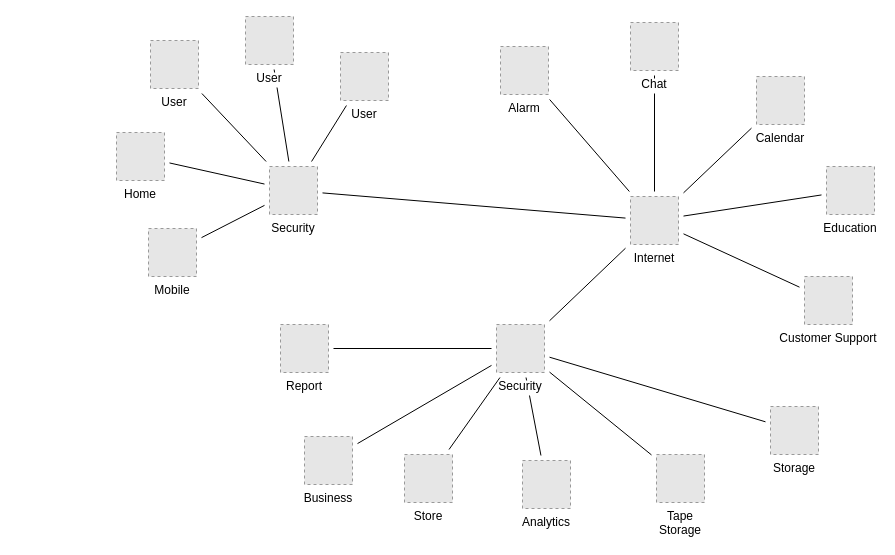
The draw.io diagram page "Page-1" (1 of 2) of Task1/Untitled Diagram.drawio in evsi92/architecture-standart, before the edit. Source tidied: cells renumbered, new cells numbered last; positions are measured from the earlier drawing's top-left corner, leaving out a move shared by most shapes. Both pictures are drawn from the tidied source at 100%, with x=0, y=0 at pixel (116, 16). Pictures stored in the file or linked from it are replaced by grey dashed boxes.
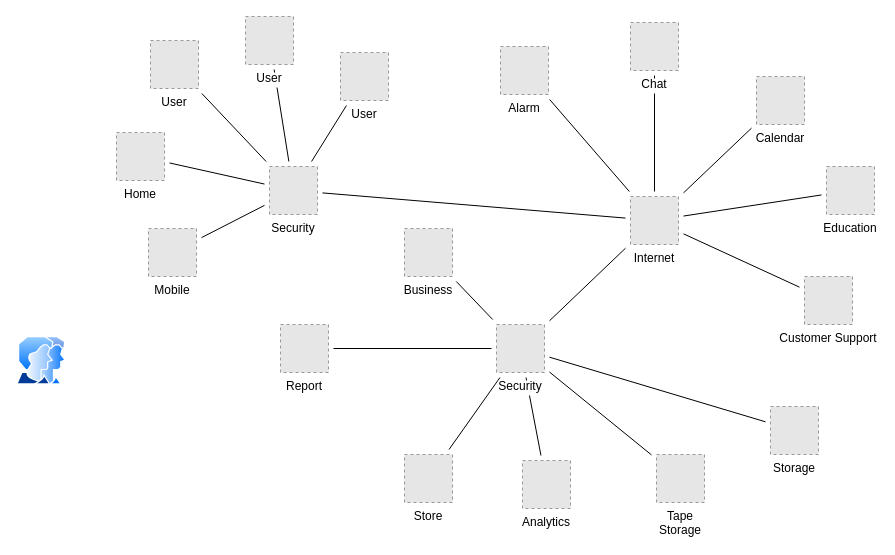
Above is the later version.

Commit message:
Applications Integrations Diagram.drawio

What changed in the source:
```diff
@@
     <mxCell id="27" value="Business" style="fillColor=#E6E6E6;strokeColor=#999999;dashed=1;verticalLabelPosition=bottom;verticalAlign=top;labelBackgroundColor=#ffffff;" parent="1" vertex="1">
-      <mxGeometry x="188" y="420" width="48" height="48" as="geometry" />
+      <mxGeometry x="288" y="212" width="48" height="48" as="geometry" />
     </mxCell>
@@
+    <mxCell id="39" style="image;perimeter=ellipsePerimeter;html=1;align=center;shadow=0;dashed=0;spacingTop=3;image=img/lib/active_directory/user_accounts.svg;" parent="1" vertex="1">
+      <mxGeometry x="-100" y="320" width="50" height="48.5" as="geometry" />
+    </mxCell>
```
